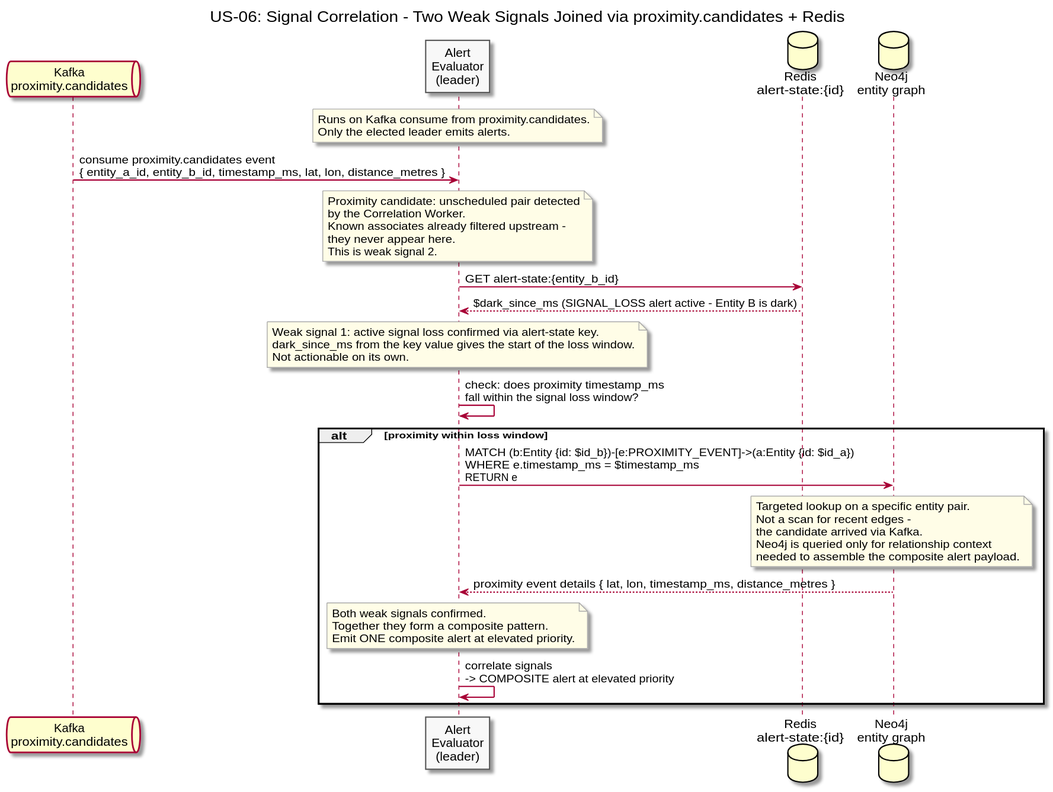
Before: diagrams/docs/use-cases/US-06-composite-alert/signal-correlation.svg, a diagram exported from PlantUML (Buffden/sentinel).
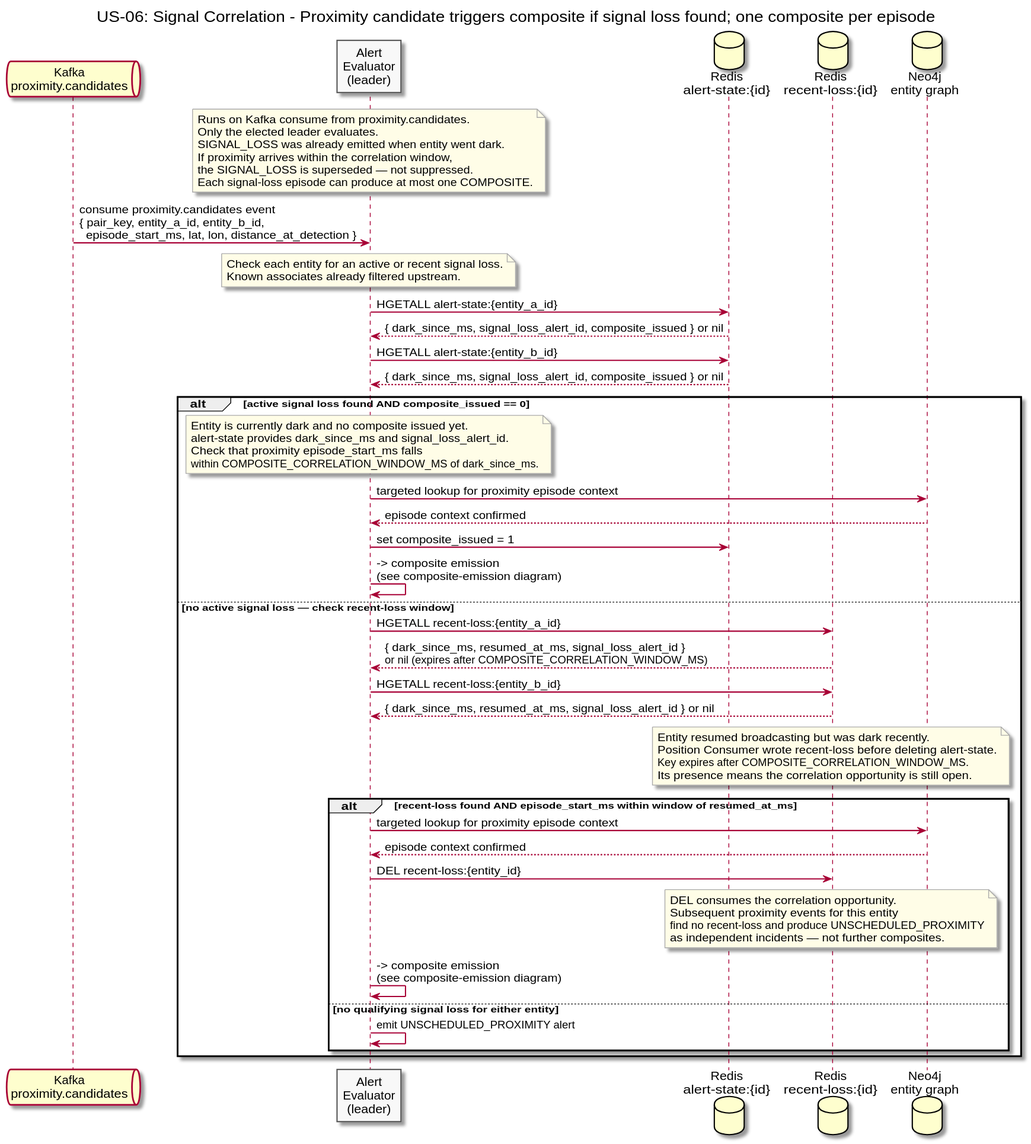
The same file after the commit.

What changed in the source:
```diff
@@ -1,5 +1,5 @@
 @startuml signal-correlation
-title US-06: Signal Correlation - Two Weak Signals Joined via proximity.candidates + Redis
+title US-06: Signal Correlation - Proximity candidate triggers composite if signal loss found; one composite per episode
 
 skinparam sequenceArrowThickness 1.5
 skinparam participantBorderColor #555555
@@ -10,54 +10,77 @@
 queue "Kafka\nproximity.candidates" as ProxKafka
 participant "Alert\nEvaluator\n(leader)" as Evaluator
 database "Redis\nalert-state:{id}" as AlertState
+database "Redis\nrecent-loss:{id}" as RecentLoss
 database "Neo4j\nentity graph" as Neo4j
 
 note over Evaluator
   Runs on Kafka consume from proximity.candidates.
-  Only the elected leader emits alerts.
+  Only the elected leader evaluates.
+  SIGNAL_LOSS was already emitted when entity went dark.
+  If proximity arrives within the correlation window,
+  the SIGNAL_LOSS is superseded — not suppressed.
+  Each signal-loss episode can produce at most one COMPOSITE.
 end note
 
-ProxKafka -> Evaluator : consume proximity.candidates event\n{ entity_a_id, entity_b_id, timestamp_ms, lat, lon, distance_metres }
+ProxKafka -> Evaluator : consume proximity.candidates event\n{ pair_key, entity_a_id, entity_b_id,\n  episode_start_ms, lat, lon, distance_at_detection }
 
 note over Evaluator
-  Proximity candidate: unscheduled pair detected
-  by the Correlation Worker.
-  Known associates already filtered upstream -
-  they never appear here.
-  This is weak signal 2.
+  Check each entity for an active or recent signal loss.
+  Known associates already filtered upstream.
 end note
 
-Evaluator -> AlertState : GET alert-state:{entity_b_id}
-AlertState --> Evaluator : $dark_since_ms (SIGNAL_LOSS alert active - Entity B is dark)
+Evaluator -> AlertState : HGETALL alert-state:{entity_a_id}
+AlertState --> Evaluator : { dark_since_ms, signal_loss_alert_id, composite_issued } or nil
 
-note over Evaluator
-  Weak signal 1: active signal loss confirmed via alert-state key.
-  dark_since_ms from the key value gives the start of the loss window.
-  Not actionable on its own.
-end note
+Evaluator -> AlertState : HGETALL alert-state:{entity_b_id}
+AlertState --> Evaluator : { dark_since_ms, signal_loss_alert_id, composite_issued } or nil
 
-Evaluator -> Evaluator : check: does proximity timestamp_ms\nfall within the signal loss window?
-
-alt proximity within loss window
-  Evaluator -> Neo4j : MATCH (b:Entity {id: $id_b})-[e:PROXIMITY_EVENT]->(a:Entity {id: $id_a})\nWHERE e.timestamp_ms = $timestamp_ms\nRETURN e
-
-  note over Neo4j
-    Targeted lookup on a specific entity pair.
-    Not a scan for recent edges -
-    the candidate arrived via Kafka.
-    Neo4j is queried only for relationship context
-    needed to assemble the composite alert payload.
+alt active signal loss found AND composite_issued == 0
+  note over Evaluator
+    Entity is currently dark and no composite issued yet.
+    alert-state provides dark_since_ms and signal_loss_alert_id.
+    Check that proximity episode_start_ms falls
+    within COMPOSITE_CORRELATION_WINDOW_MS of dark_since_ms.
   end note
 
-  Neo4j --> Evaluator : proximity event details { lat, lon, timestamp_ms, distance_metres }
+  Evaluator -> Neo4j : targeted lookup for proximity episode context
+  Neo4j --> Evaluator : episode context confirmed
 
-  note over Evaluator
-    Both weak signals confirmed.
-    Together they form a composite pattern.
-    Emit ONE composite alert at elevated priority.
+  Evaluator -> AlertState : set composite_issued = 1
+  Evaluator -> Evaluator : -> composite emission\n(see composite-emission diagram)
+
+else no active signal loss — check recent-loss window
+  Evaluator -> RecentLoss : HGETALL recent-loss:{entity_a_id}
+  RecentLoss --> Evaluator : { dark_since_ms, resumed_at_ms, signal_loss_alert_id }\nor nil (expires after COMPOSITE_CORRELATION_WINDOW_MS)
+
+  Evaluator -> RecentLoss : HGETALL recent-loss:{entity_b_id}
+  RecentLoss --> Evaluator : { dark_since_ms, resumed_at_ms, signal_loss_alert_id } or nil
+
+  note over RecentLoss
+    Entity resumed broadcasting but was dark recently.
+    Position Consumer wrote recent-loss before deleting alert-state.
+    Key expires after COMPOSITE_CORRELATION_WINDOW_MS.
+    Its presence means the correlation opportunity is still open.
   end note
 
-  Evaluator -> Evaluator : correlate signals\n-> COMPOSITE alert at elevated priority
+  alt recent-loss found AND episode_start_ms within window of resumed_at_ms
+    Evaluator -> Neo4j : targeted lookup for proximity episode context
+    Neo4j --> Evaluator : episode context confirmed
+
+    Evaluator -> RecentLoss : DEL recent-loss:{entity_id}
+
+    note over RecentLoss
+      DEL consumes the correlation opportunity.
+      Subsequent proximity events for this entity
+      find no recent-loss and produce UNSCHEDULED_PROXIMITY
+      as independent incidents — not further composites.
+    end note
+
+    Evaluator -> Evaluator : -> composite emission\n(see composite-emission diagram)
+
+  else no qualifying signal loss for either entity
+    Evaluator -> Evaluator : emit UNSCHEDULED_PROXIMITY alert
+  end
 end
 
 @enduml
```
